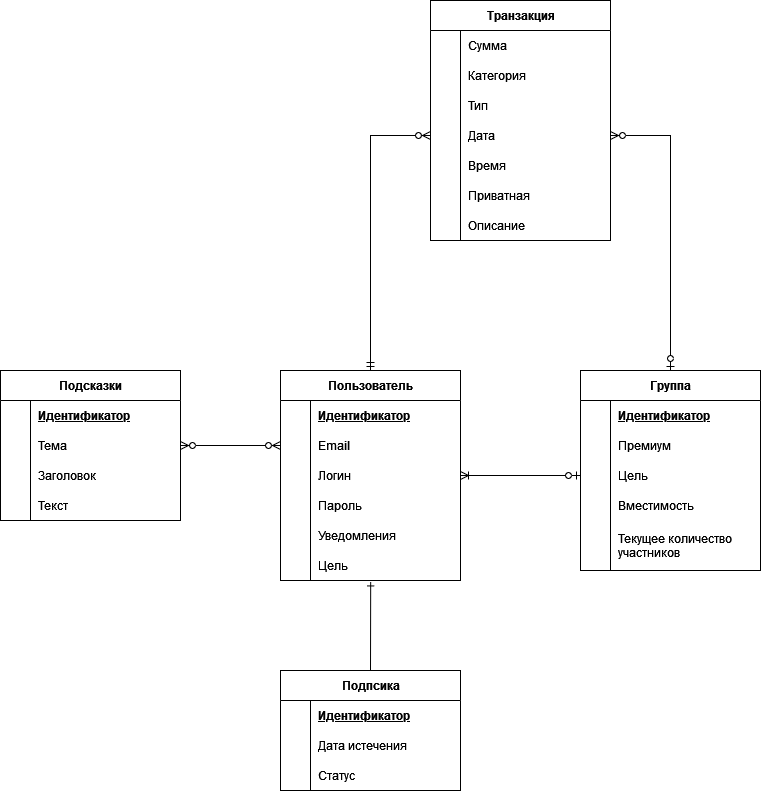
Before: documentation/diagrams/ER_diagram.png, a diagram exported from draw.io (money-pie/moneypie). Source tidied: cells renumbered, new cells last; positions are measured from the earlier drawing's top-left corner, leaving out a move shared by most shapes.
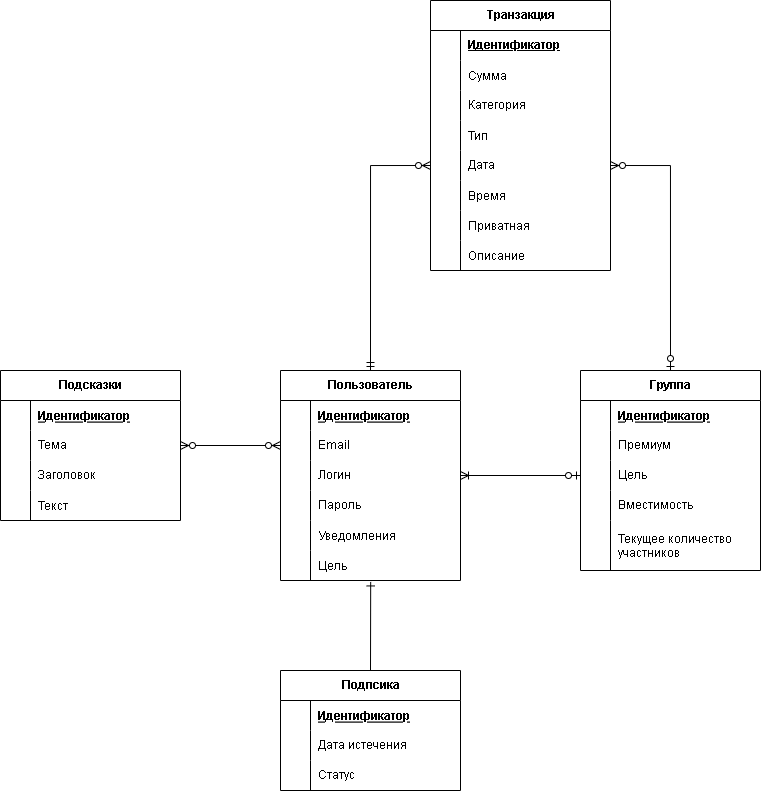
After the commit.

Diff of the diagram source:
```diff
@@ -176,8 +176,8 @@
     <mxCell id="59" value="Текст" style="shape=partialRectangle;fillColor=none;top=0;left=0;bottom=0;right=0;align=left;spacingLeft=6;overflow=hidden;" parent="57" vertex="1">
       <mxGeometry x="30" width="150" height="30" as="geometry" />
     </mxCell>
-    <mxCell id="60" value="Транзакция" style="shape=table;startSize=30;rowLines=0;fontStyle=1;align=center;html=1;" parent="1" vertex="1">
-      <mxGeometry x="430" width="180" height="240" as="geometry" />
+    <mxCell id="60" value="Транзакция" style="shape=table;startSize=30;rowLines=0;fontStyle=1;align=center;html=1;absoluteArcSize=0;columnLines=1;" parent="1" vertex="1">
+      <mxGeometry x="430" width="180" height="270" as="geometry" />
     </mxCell>
     <mxCell id="61" style="shape=tableRow;horizontal=0;startSize=0;swimlaneHead=0;swimlaneBody=0;fillColor=none;top=0;left=0;right=0;bottom=0;" parent="60" vertex="1">
       <mxGeometry y="30" width="180" height="30" as="geometry" />
@@ -185,11 +185,20 @@
     <mxCell id="62" style="shape=partialRectangle;fillColor=none;top=0;left=0;bottom=0;right=0;overflow=hidden;whiteSpace=wrap;html=1;" parent="61" vertex="1">
       <mxGeometry width="30" height="30" as="geometry" />
     </mxCell>
-    <mxCell id="63" value="Сумма" style="shape=partialRectangle;fillColor=none;top=0;left=0;bottom=0;right=0;align=left;spacingLeft=6;overflow=hidden;whiteSpace=wrap;html=1;" parent="61" vertex="1">
+    <mxCell id="63" value="&lt;b&gt;&lt;u&gt;Идентификатор&lt;/u&gt;&lt;/b&gt;" style="shape=partialRectangle;fillColor=none;top=0;left=0;bottom=0;right=0;align=left;spacingLeft=6;overflow=hidden;whiteSpace=wrap;html=1;" parent="61" vertex="1">
       <mxGeometry x="30" width="150" height="30" as="geometry" />
     </mxCell>
+    <mxCell id="87" style="shape=tableRow;horizontal=0;startSize=0;swimlaneHead=0;swimlaneBody=0;fillColor=none;top=0;left=0;right=0;bottom=0;" parent="60" vertex="1">
+      <mxGeometry y="60" width="180" height="30" as="geometry" />
+    </mxCell>
+    <mxCell id="88" style="shape=partialRectangle;fillColor=none;top=0;left=0;bottom=0;right=0;overflow=hidden;" parent="87" vertex="1">
+      <mxGeometry width="30" height="30" as="geometry" />
+    </mxCell>
+    <mxCell id="89" value="Сумма" style="shape=partialRectangle;fillColor=none;top=0;left=0;bottom=0;right=0;align=left;spacingLeft=6;overflow=hidden;" parent="87" vertex="1">
+      <mxGeometry x="30" width="150" height="30" as="geometry" />
+    </mxCell>
     <mxCell id="64" style="shape=tableRow;horizontal=0;startSize=0;swimlaneHead=0;swimlaneBody=0;fillColor=none;top=0;left=0;right=0;bottom=0;" parent="60" vertex="1">
-      <mxGeometry y="60" width="180" height="30" as="geometry" />
+      <mxGeometry y="90" width="180" height="30" as="geometry" />
     </mxCell>
     <mxCell id="65" style="shape=partialRectangle;fillColor=none;top=0;left=0;bottom=0;right=0;overflow=hidden;whiteSpace=wrap;html=1;" parent="64" vertex="1">
       <mxGeometry width="30" height="30" as="geometry" />
@@ -198,7 +207,7 @@
       <mxGeometry x="30" width="150" height="30" as="geometry" />
     </mxCell>
     <mxCell id="67" style="shape=tableRow;horizontal=0;startSize=0;swimlaneHead=0;swimlaneBody=0;fillColor=none;top=0;left=0;right=0;bottom=0;" parent="60" vertex="1">
-      <mxGeometry y="90" width="180" height="30" as="geometry" />
+      <mxGeometry y="120" width="180" height="30" as="geometry" />
     </mxCell>
     <mxCell id="68" style="shape=partialRectangle;fillColor=none;top=0;left=0;bottom=0;right=0;overflow=hidden;" parent="67" vertex="1">
       <mxGeometry width="30" height="30" as="geometry" />
@@ -207,7 +216,7 @@
       <mxGeometry x="30" width="150" height="30" as="geometry" />
     </mxCell>
     <mxCell id="70" style="shape=tableRow;horizontal=0;startSize=0;swimlaneHead=0;swimlaneBody=0;fillColor=none;points=[[0,0.5],[1,0.5]];portConstraint=eastwest;top=0;left=0;right=0;bottom=0;" parent="60" vertex="1">
-      <mxGeometry y="120" width="180" height="30" as="geometry" />
+      <mxGeometry y="150" width="180" height="30" as="geometry" />
     </mxCell>
     <mxCell id="71" style="shape=partialRectangle;fillColor=none;top=0;left=0;bottom=0;right=0;overflow=hidden;whiteSpace=wrap;html=1;" parent="70" vertex="1">
       <mxGeometry width="30" height="30" as="geometry" />
@@ -216,7 +225,7 @@
       <mxGeometry x="30" width="150" height="30" as="geometry" />
     </mxCell>
     <mxCell id="73" style="shape=tableRow;horizontal=0;startSize=0;swimlaneHead=0;swimlaneBody=0;fillColor=none;top=0;left=0;right=0;bottom=0;" parent="60" vertex="1">
-      <mxGeometry y="150" width="180" height="30" as="geometry" />
+      <mxGeometry y="180" width="180" height="30" as="geometry" />
     </mxCell>
     <mxCell id="74" style="shape=partialRectangle;fillColor=none;top=0;left=0;bottom=0;right=0;overflow=hidden;" parent="73" vertex="1">
       <mxGeometry width="30" height="30" as="geometry" />
@@ -225,7 +234,7 @@
       <mxGeometry x="30" width="150" height="30" as="geometry" />
     </mxCell>
     <mxCell id="76" style="shape=tableRow;horizontal=0;startSize=0;swimlaneHead=0;swimlaneBody=0;fillColor=none;top=0;left=0;right=0;bottom=0;" parent="60" vertex="1">
-      <mxGeometry y="180" width="180" height="30" as="geometry" />
+      <mxGeometry y="210" width="180" height="30" as="geometry" />
     </mxCell>
     <mxCell id="77" style="shape=partialRectangle;fillColor=none;top=0;left=0;bottom=0;right=0;overflow=hidden;" parent="76" vertex="1">
       <mxGeometry width="30" height="30" as="geometry" />
@@ -234,7 +243,7 @@
       <mxGeometry x="30" width="150" height="30" as="geometry" />
     </mxCell>
     <mxCell id="79" style="shape=tableRow;horizontal=0;startSize=0;swimlaneHead=0;swimlaneBody=0;fillColor=none;top=0;left=0;right=0;bottom=0;" parent="60" vertex="1">
-      <mxGeometry y="210" width="180" height="30" as="geometry" />
+      <mxGeometry y="240" width="180" height="30" as="geometry" />
     </mxCell>
     <mxCell id="80" style="shape=partialRectangle;fillColor=none;top=0;left=0;bottom=0;right=0;overflow=hidden;" parent="79" vertex="1">
       <mxGeometry width="30" height="30" as="geometry" />
```
